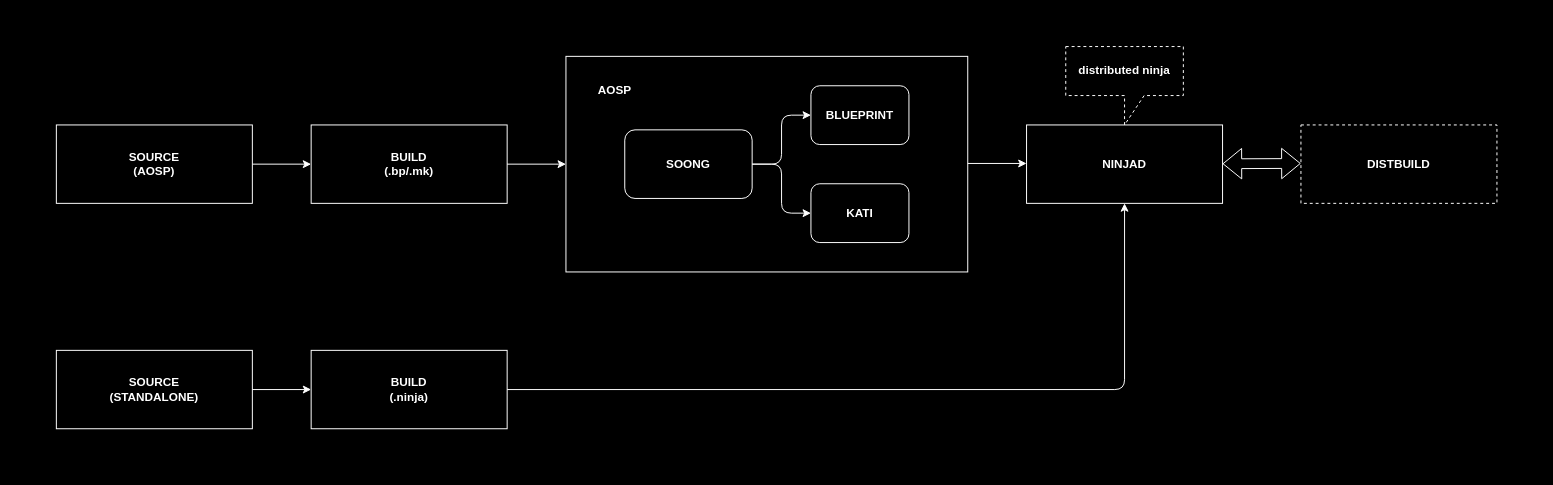
Above: static/client.drawio in distbuild/distbuild.github.io (draw.io), before the change. Source tidied: cells renumbered, new cells numbered last; positions are measured from the earlier drawing's top-left corner, leaving out a move shared by most shapes. Both pictures are drawn from the tidied source at 98%, with x=0, y=0 at pixel (17, 17).
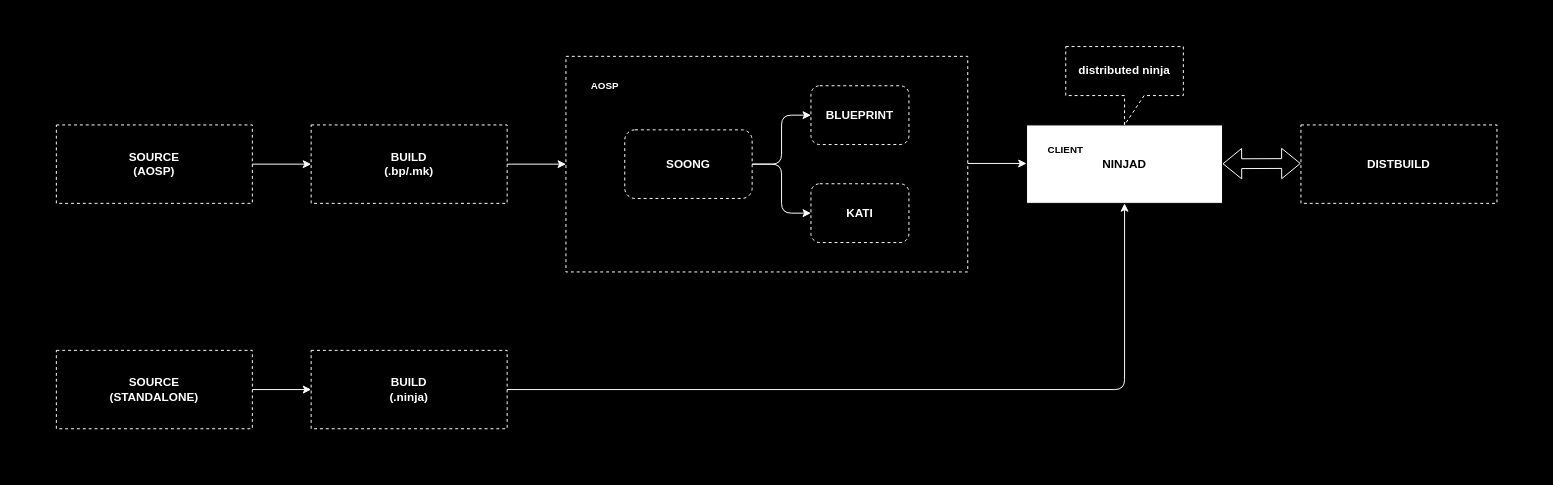
After the change.

Diff of the diagram source:
```diff
@@
-    <mxCell id="4" value="&lt;b&gt;SOURCE&lt;br&gt;(AOSP)&lt;/b&gt;" style="rounded=0;whiteSpace=wrap;html=1;fillColor=#000000;strokeColor=#FFFFFF;fontColor=#FFFFFF;" parent="1" vertex="1">
+    <mxCell id="4" value="&lt;b&gt;SOURCE&lt;br&gt;(AOSP)&lt;/b&gt;" style="rounded=0;whiteSpace=wrap;html=1;fillColor=#000000;strokeColor=#FFFFFF;fontColor=#FFFFFF;dashed=1;" parent="1" vertex="1">
       <mxGeometry x="40" y="110" width="200" height="80" as="geometry" />
     </mxCell>
-    <mxCell id="5" value="&lt;b&gt;SOURCE&lt;br&gt;(STANDALONE)&lt;/b&gt;" style="rounded=0;whiteSpace=wrap;html=1;fontColor=#FFFFFF;fillColor=#000000;strokeColor=#FFFFFF;" parent="1" vertex="1">
+    <mxCell id="5" value="&lt;b&gt;SOURCE&lt;br&gt;(STANDALONE)&lt;/b&gt;" style="rounded=0;whiteSpace=wrap;html=1;fontColor=#FFFFFF;fillColor=#000000;strokeColor=#FFFFFF;dashed=1;" parent="1" vertex="1">
       <mxGeometry x="40" y="340" width="200" height="80" as="geometry" />
     </mxCell>
-    <mxCell id="6" style="rounded=0;whiteSpace=wrap;html=1;strokeColor=#FFFFFF;fillColor=#000000;" parent="1" vertex="1">
+    <mxCell id="6" style="rounded=0;whiteSpace=wrap;html=1;strokeColor=#FFFFFF;fillColor=#000000;dashed=1;" parent="1" vertex="1">
       <mxGeometry x="560" y="40" width="410" height="220" as="geometry" />
     </mxCell>
-    <mxCell id="7" value="&lt;b&gt;SOONG&lt;/b&gt;" style="rounded=1;whiteSpace=wrap;html=1;fontColor=#FFFFFF;strokeColor=#FFFFFF;fillColor=#000000;" parent="1" vertex="1">
+    <mxCell id="7" value="&lt;b&gt;SOONG&lt;/b&gt;" style="rounded=1;whiteSpace=wrap;html=1;fontColor=#FFFFFF;strokeColor=#FFFFFF;fillColor=#000000;dashed=1;" parent="1" vertex="1">
       <mxGeometry x="620" y="115" width="130" height="70" as="geometry" />
     </mxCell>
-    <mxCell id="8" value="&lt;b&gt;BLUEPRINT&lt;/b&gt;" style="rounded=1;whiteSpace=wrap;html=1;fillColor=#000000;strokeColor=#FFFFFF;fontColor=#FFFFFF;" parent="1" vertex="1">
+    <mxCell id="8" value="&lt;b&gt;BLUEPRINT&lt;/b&gt;" style="rounded=1;whiteSpace=wrap;html=1;fillColor=#000000;strokeColor=#FFFFFF;fontColor=#FFFFFF;dashed=1;" parent="1" vertex="1">
       <mxGeometry x="810" y="70" width="100" height="60" as="geometry" />
     </mxCell>
-    <mxCell id="9" value="&lt;b&gt;BUILD&lt;br&gt;(.bp/.mk)&lt;/b&gt;" style="rounded=0;whiteSpace=wrap;html=1;fillColor=#000000;strokeColor=#FFFFFF;fontColor=#FFFFFF;" parent="1" vertex="1">
+    <mxCell id="9" value="&lt;b&gt;BUILD&lt;br&gt;(.bp/.mk)&lt;/b&gt;" style="rounded=0;whiteSpace=wrap;html=1;fillColor=#000000;strokeColor=#FFFFFF;fontColor=#FFFFFF;dashed=1;" parent="1" vertex="1">
       <mxGeometry x="300" y="110" width="200" height="80" as="geometry" />
     </mxCell>
-    <mxCell id="10" value="&lt;b&gt;BUILD&lt;br&gt;(.ninja)&lt;/b&gt;" style="rounded=0;whiteSpace=wrap;html=1;fillColor=#000000;strokeColor=#FFFFFF;fontColor=#FFFFFF;" parent="1" vertex="1">
+    <mxCell id="10" value="&lt;b&gt;BUILD&lt;br&gt;(.ninja)&lt;/b&gt;" style="rounded=0;whiteSpace=wrap;html=1;fillColor=#000000;strokeColor=#FFFFFF;fontColor=#FFFFFF;dashed=1;" parent="1" vertex="1">
       <mxGeometry x="300" y="340" width="200" height="80" as="geometry" />
     </mxCell>
@@
-    <mxCell id="14" value="&lt;b&gt;KATI&lt;/b&gt;" style="rounded=1;whiteSpace=wrap;html=1;fontColor=#FFFFFF;fillColor=#000000;strokeColor=#FFFFFF;" parent="1" vertex="1">
+    <mxCell id="14" value="&lt;b&gt;KATI&lt;/b&gt;" style="rounded=1;whiteSpace=wrap;html=1;fontColor=#FFFFFF;fillColor=#000000;strokeColor=#FFFFFF;dashed=1;" parent="1" vertex="1">
       <mxGeometry x="810" y="170" width="100" height="60" as="geometry" />
     </mxCell>
@@
-    <mxCell id="19" value="&lt;b&gt;AOSP&lt;/b&gt;" style="text;html=1;strokeColor=none;fillColor=none;align=center;verticalAlign=middle;whiteSpace=wrap;rounded=0;fontColor=#FFFFFF;" parent="1" vertex="1">
-      <mxGeometry x="580" y="60" width="60" height="30" as="geometry" />
+    <mxCell id="19" value="&lt;b style=&quot;font-size: 10px;&quot;&gt;AOSP&lt;/b&gt;" style="text;html=1;strokeColor=none;fillColor=none;align=center;verticalAlign=middle;whiteSpace=wrap;rounded=0;fontColor=#FFFFFF;fontSize=10;" parent="1" vertex="1">
+      <mxGeometry x="570" y="55" width="60" height="30" as="geometry" />
     </mxCell>
-    <mxCell id="20" value="&lt;b&gt;NINJAD&lt;/b&gt;" style="rounded=0;whiteSpace=wrap;html=1;fontColor=#FFFFFF;fillColor=#000000;strokeColor=#FFFFFF;" parent="1" vertex="1">
+    <mxCell id="20" value="&lt;b&gt;NINJAD&lt;/b&gt;" style="rounded=0;whiteSpace=wrap;html=1;fontColor=#000000;fillColor=#FFFFFF;strokeColor=#000000;" parent="1" vertex="1">
       <mxGeometry x="1030" y="110" width="200" height="80" as="geometry" />
     </mxCell>
@@
+    <mxCell id="24" value="&lt;b&gt;&lt;font style=&quot;font-size: 10px&quot;&gt;CLIENT&lt;/font&gt;&lt;/b&gt;" style="text;html=1;strokeColor=none;fillColor=none;align=center;verticalAlign=middle;whiteSpace=wrap;rounded=0;fontColor=#000000;" parent="1" vertex="1">
+      <mxGeometry x="1040" y="120" width="60" height="30" as="geometry" />
+    </mxCell>
```
